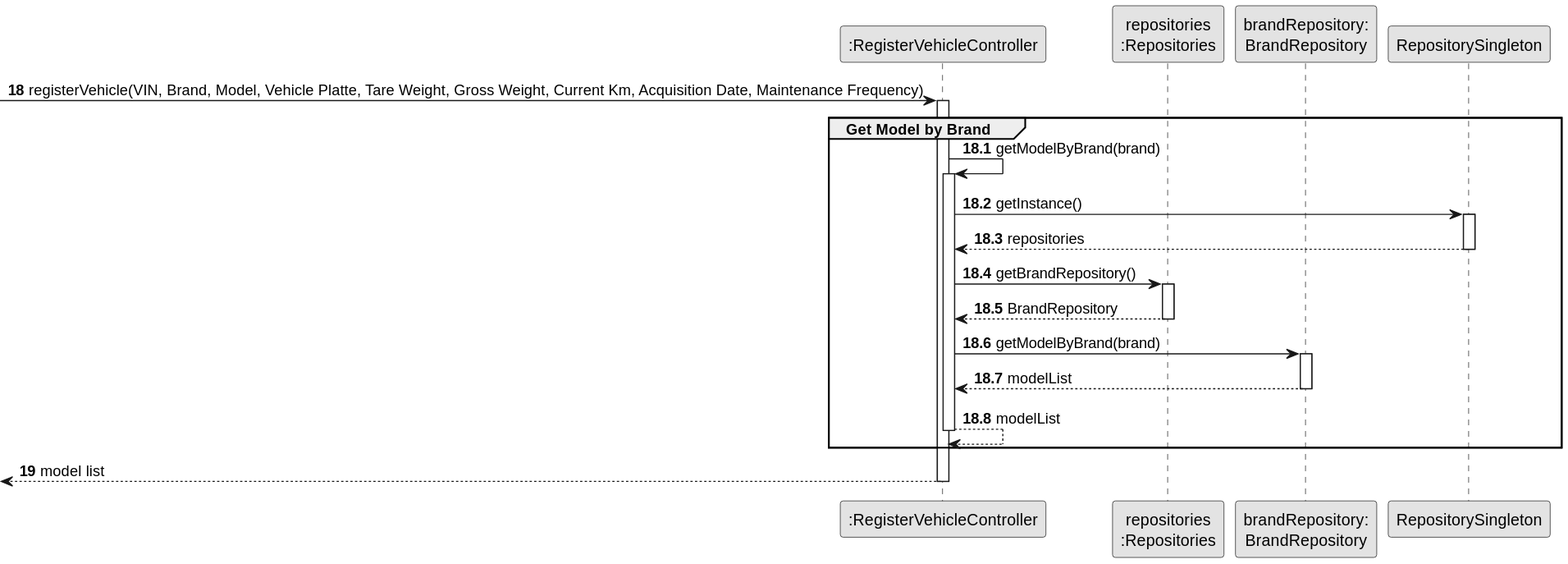
Before: docs/sprintB/us006/03.design/svg/us006-sequence-diagram-partial-get-model-by-brand.svg, a diagram exported from PlantUML (ricardomm7/leaflink). Source of this version:
```plantuml
@startuml
skinparam monochrome true
skinparam packageStyle rectangle
skinparam shadowing false

participant ":RegisterVehicleController" as CTRL
participant "repositories\n:Repositories" as PLAT
participant "brandRepository:\nBrandRepository" as BrandRepository

autonumber 18
-> CTRL : registerVehicle(VIN, Brand, Model, Vehicle Platte, Tare Weight, Gross Weight, Current Km, Acquisition Date, Maintenance Frequency)

autonumber 18.1
activate CTRL
    group Get Model by Brand

        CTRL -> CTRL : getModelByBrand(brand)
        activate CTRL

        CTRL -> RepositorySingleton : getInstance()
        activate RepositorySingleton

        RepositorySingleton --> CTRL: repositories
        deactivate RepositorySingleton

        CTRL -> PLAT : getBrandRepository()
        activate PLAT

        PLAT --> CTRL : BrandRepository
        deactivate PLAT

        CTRL -> BrandRepository : getModelByBrand(brand)
        activate BrandRepository

        BrandRepository --> CTRL : modelList
        deactivate BrandRepository

        CTRL --> CTRL : modelList
        deactivate CTRL

    end
    autonumber 19
    <-- CTRL : model list
deactivate CTRL
@enduml
```
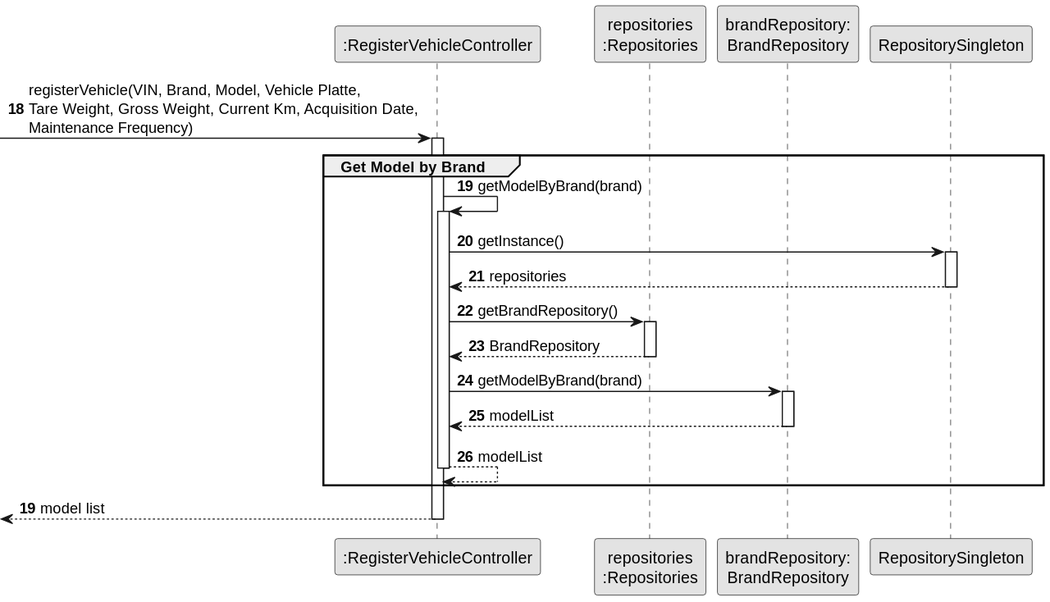
After the commit.

The edit, as a diff of the source:
```diff
@@ -8,9 +8,8 @@
 participant "brandRepository:\nBrandRepository" as BrandRepository
 
 autonumber 18
--> CTRL : registerVehicle(VIN, Brand, Model, Vehicle Platte, Tare Weight, Gross Weight, Current Km, Acquisition Date, Maintenance Frequency)
+-> CTRL : registerVehicle(VIN, Brand, Model, Vehicle Platte,\nTare Weight, Gross Weight, Current Km, Acquisition Date,\nMaintenance Frequency)
 
-autonumber 18.1
 activate CTRL
     group Get Model by Brand
 
```
